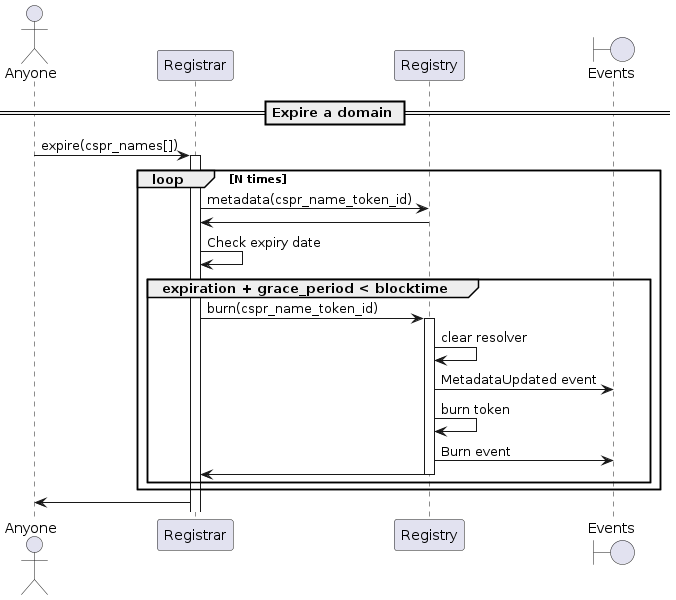
The PlantUML diagram docs/sequence-diagrams/puml/expire-domain.png in make-software/cspr-name-contracts, before a commit.
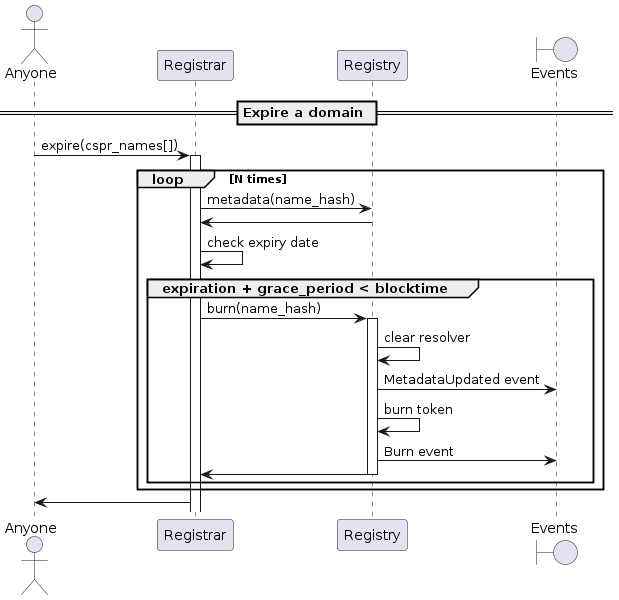
The same diagram one commit later.

Diff of the diagram source:
```diff
@@ -10,11 +10,11 @@
 "Anyone" -> "Registrar": expire(cspr_names[])
 activate Registrar
 loop N times
-    Registrar -> Registry: metadata(cspr_name_token_id)
+    Registrar -> Registry: metadata(name_hash)
     Registry -> Registrar
-    Registrar -> Registrar: Check expiry date
+    Registrar -> Registrar: check expiry date
     group expiration + grace_period < blocktime
-        Registrar -> Registry: burn(cspr_name_token_id)
+        Registrar -> Registry: burn(name_hash)
         activate Registry
         Registry -> Registry: clear resolver
         Registry -> "Events": MetadataUpdated event
```
